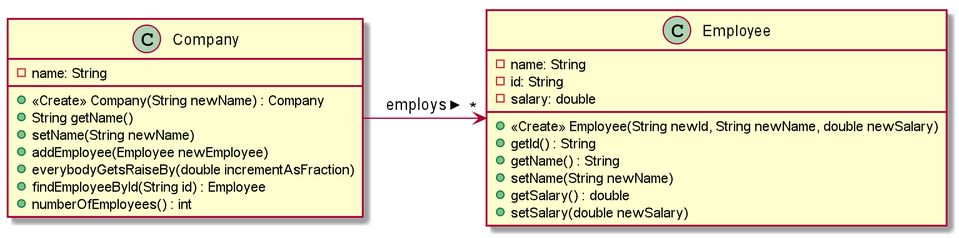
Above: Company_Domain.png in vmzakharov/mutate-test-kata (PlantUML), before the change. Source of this version:
```plantuml
@startuml

class Company {
-name: String
+<<Create>> Company(String newName) : Company
+String getName()
+setName(String newName)
+addEmployee(Employee newEmployee)
+everybodyGetsRaiseBy(double incrementAsFraction)
+findEmployeeById(String id) : Employee
+numberOfEmployees() : int
}

class Employee {
-name: String
-id: String
-salary: double
+<<Create>> Employee(String newId, String newName, double newSalary)
+getId() : String
+getName() : String
+setName(String newName)
+getSalary() : double
+setSalary(double newSalary)
}

Company -> "*" Employee : employs >

@enduml
```
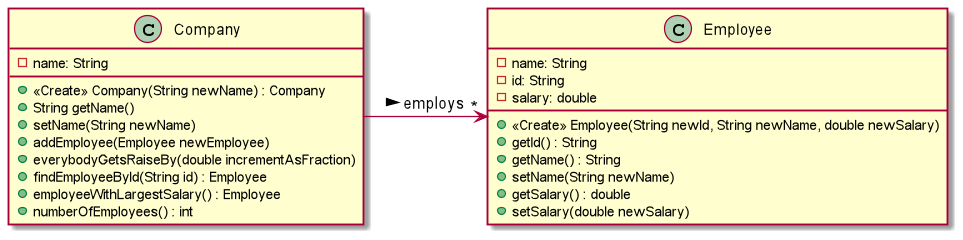
The same diagram one commit later.

Commit message:
updated the UML diagram

Diff of the diagram source:
```diff
@@ -8,6 +8,7 @@
 +addEmployee(Employee newEmployee)
 +everybodyGetsRaiseBy(double incrementAsFraction)
 +findEmployeeById(String id) : Employee
++employeeWithLargestSalary() : Employee
 +numberOfEmployees() : int
 }
 
```
